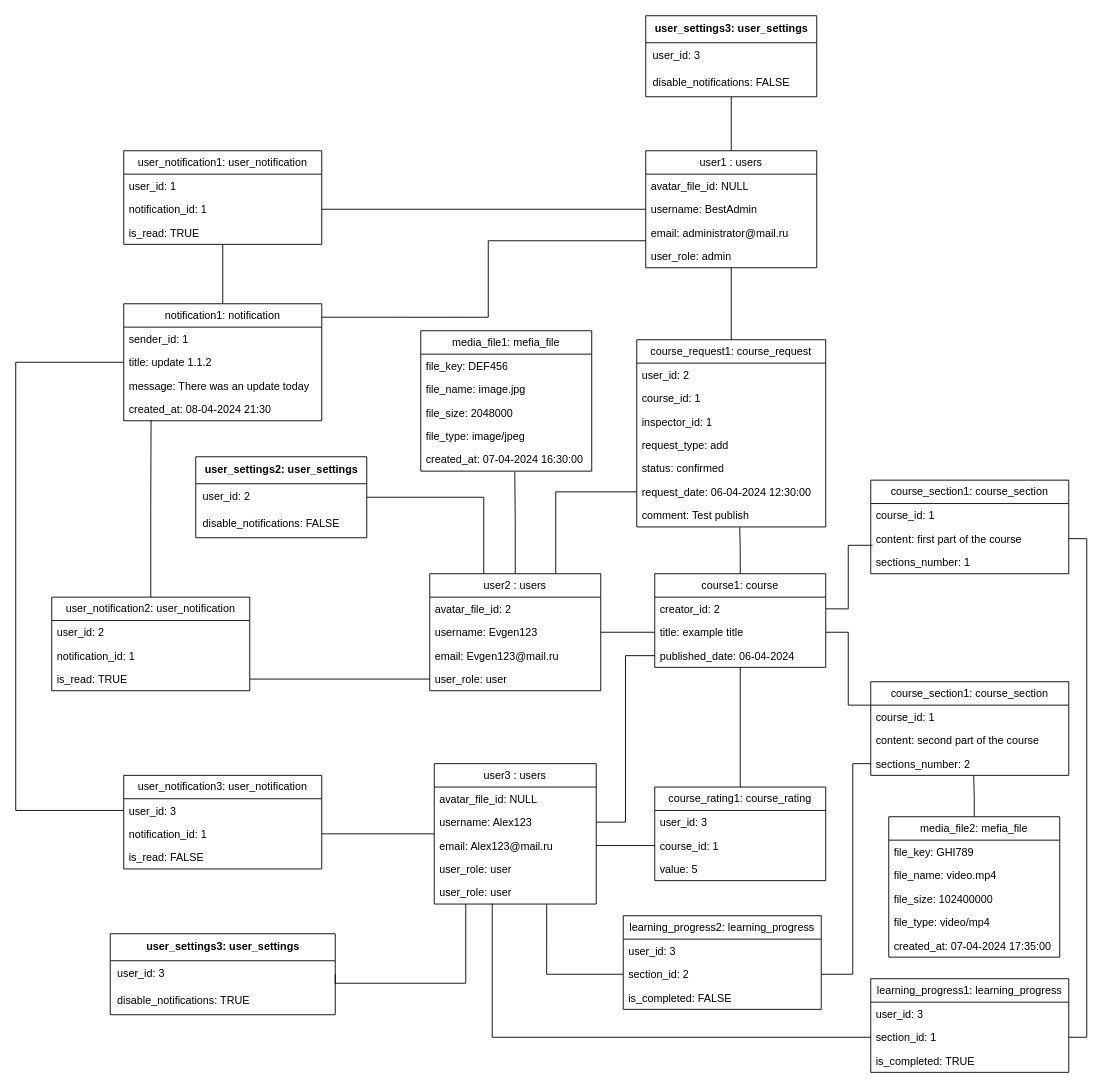
Earlier version of the draw.io diagram diagrams/Диаграмма объектов (Object diagram)/Диаграмма объектов.drawio (sahland/9.5-Team). Source tidied: cells renumbered, new cells numbered last; positions are measured from the earlier drawing's top-left corner, leaving out a move shared by most shapes. Both pictures are drawn from the tidied source at 90%, with x=0, y=0 at pixel (15, 15).
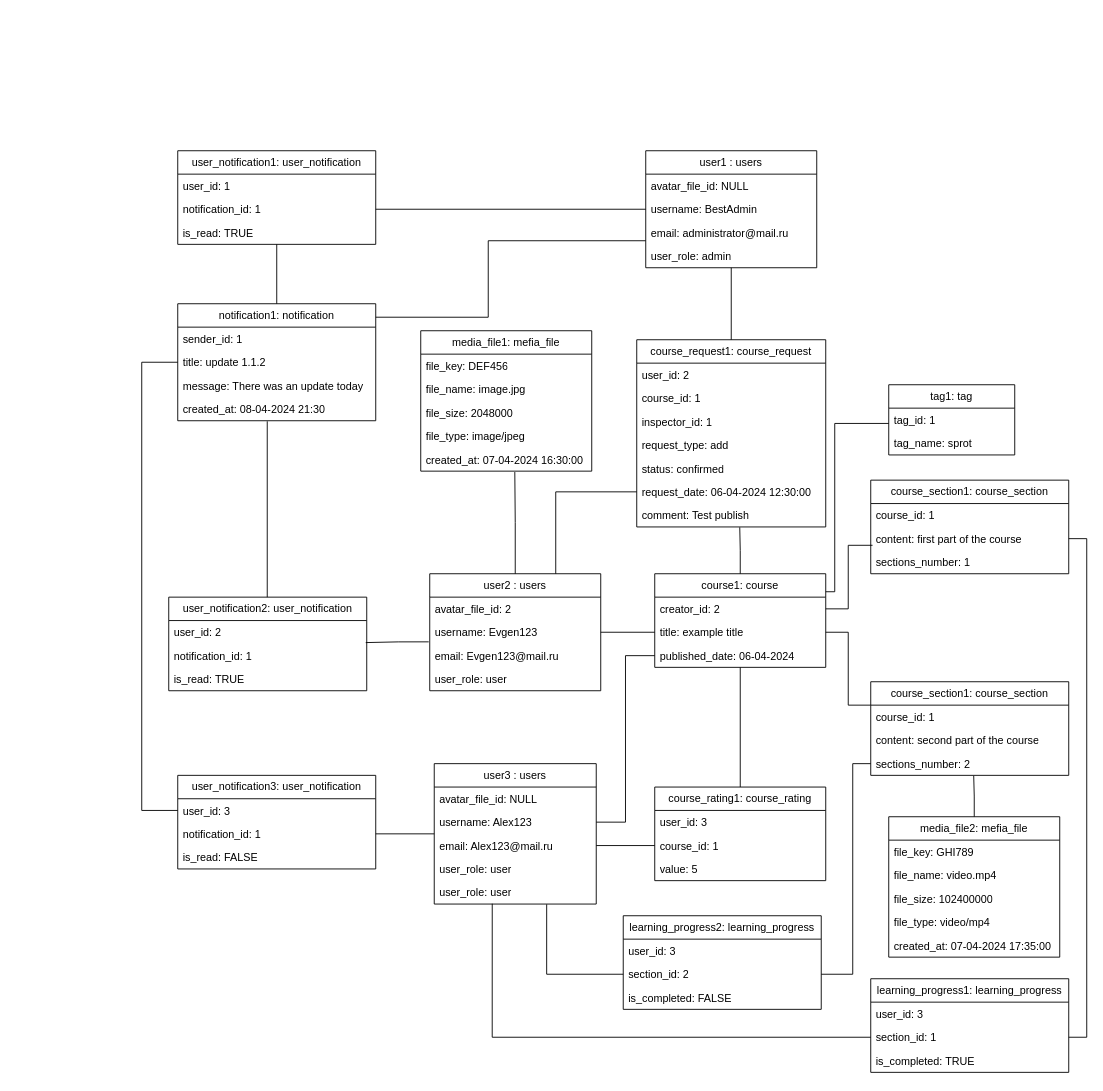
After the change.

The change refers to these unchanged cells:
```xml
<mxCell id="4" value="user2 : users" style="swimlane;fontStyle=0;horizontal=1;startSize=26;fillColor=none;whiteSpace=wrap;html=1;" parent="1" vertex="1">
  <mxGeometry x="460" y="620" width="190" height="130" as="geometry" />
</mxCell>
<mxCell id="7" value="email: Evgen123@mail.ru" style="text;strokeColor=none;fillColor=none;align=left;verticalAlign=top;spacingLeft=4;spacingRight=4;overflow=hidden;points=[[0,0.5],[1,0.5]];portConstraint=eastwest;whiteSpace=wrap;html=1;" parent="4" vertex="1">
  <mxGeometry y="78" width="190" height="26" as="geometry" />
</mxCell>
<mxCell id="8" value="user_role: user" style="text;strokeColor=none;fillColor=none;align=left;verticalAlign=top;spacingLeft=4;spacingRight=4;overflow=hidden;points=[[0,0.5],[1,0.5]];portConstraint=eastwest;whiteSpace=wrap;html=1;" parent="4" vertex="1">
  <mxGeometry y="104" width="190" height="26" as="geometry" />
</mxCell>
<mxCell id="16" value="course1: course" style="swimlane;fontStyle=0;horizontal=1;startSize=26;fillColor=none;whiteSpace=wrap;html=1;" parent="1" vertex="1">
  <mxGeometry x="710" y="620" width="190" height="104" as="geometry" />
</mxCell>
<mxCell id="24" value="user3 : users" style="swimlane;fontStyle=0;horizontal=1;startSize=26;fillColor=none;whiteSpace=wrap;html=1;" parent="1" vertex="1">
  <mxGeometry x="465" y="831" width="180" height="156" as="geometry" />
</mxCell>
<mxCell id="72" value="user1 : users" style="swimlane;fontStyle=0;horizontal=1;startSize=26;fillColor=none;whiteSpace=wrap;html=1;" parent="1" vertex="1">
  <mxGeometry x="700" y="150" width="190" height="130" as="geometry" />
</mxCell>
<mxCell id="82" value="title: update 1.1.2" style="text;strokeColor=none;fillColor=none;align=left;verticalAlign=top;spacingLeft=4;spacingRight=4;overflow=hidden;points=[[0,0.5],[1,0.5]];portConstraint=eastwest;whiteSpace=wrap;html=1;" parent="80" vertex="1">
  <mxGeometry y="52" width="220" height="26" as="geometry" />
</mxCell>
<mxCell id="84" value="created_at: 08-04-2024 21:30" style="text;strokeColor=none;fillColor=none;align=left;verticalAlign=top;spacingLeft=4;spacingRight=4;overflow=hidden;points=[[0,0.5],[1,0.5]];portConstraint=eastwest;whiteSpace=wrap;html=1;" parent="80" vertex="1">
  <mxGeometry y="104" width="220" height="26" as="geometry" />
</mxCell>
<mxCell id="91" value="notification_id: 1" style="text;strokeColor=none;fillColor=none;align=left;verticalAlign=top;spacingLeft=4;spacingRight=4;overflow=hidden;points=[[0,0.5],[1,0.5]];portConstraint=eastwest;whiteSpace=wrap;html=1;" parent="89" vertex="1">
  <mxGeometry y="52" width="220" height="26" as="geometry" />
</mxCell>
<mxCell id="92" value="is_read: TRUE" style="text;strokeColor=none;fillColor=none;align=left;verticalAlign=top;spacingLeft=4;spacingRight=4;overflow=hidden;points=[[0,0.5],[1,0.5]];portConstraint=eastwest;whiteSpace=wrap;html=1;" parent="89" vertex="1">
  <mxGeometry y="78" width="220" height="26" as="geometry" />
</mxCell>
<mxCell id="94" value="user_id: 3" style="text;strokeColor=none;fillColor=none;align=left;verticalAlign=top;spacingLeft=4;spacingRight=4;overflow=hidden;points=[[0,0.5],[1,0.5]];portConstraint=eastwest;whiteSpace=wrap;html=1;" parent="93" vertex="1">
  <mxGeometry y="26" width="220" height="26" as="geometry" />
</mxCell>
```

Change to the diagram source:
```diff
@@
-    <mxCell id="3" style="edgeStyle=orthogonalEdgeStyle;rounded=0;jettySize=auto;html=1;entryX=1;entryY=0.5;entryDx=0;entryDy=0;endArrow=none;endFill=0;" parent="1" edge="1" source="4" target="104">
-      <mxGeometry relative="1" as="geometry">
-        <Array as="points">
-          <mxPoint x="520" y="535" />
-        </Array>
-      </mxGeometry>
-    </mxCell>
@@
+    <mxCell id="119" style="edgeStyle=orthogonalEdgeStyle;rounded=0;jettySize=auto;html=1;entryX=0;entryY=0.654;entryDx=0;entryDy=0;endArrow=none;endFill=0;entryPerimeter=0;" parent="1" edge="1" source="16" target="121">
+      <mxGeometry relative="1" as="geometry">
+        <Array as="points">
+          <mxPoint x="910" y="640" />
+          <mxPoint x="910" y="453" />
+        </Array>
+      </mxGeometry>
+    </mxCell>
@@
-    <mxCell id="23" style="edgeStyle=orthogonalEdgeStyle;rounded=0;jettySize=auto;html=1;entryX=1;entryY=0.5;entryDx=0;entryDy=0;endArrow=none;endFill=0;" parent="1" edge="1" source="24" target="109">
-      <mxGeometry relative="1" as="geometry">
-        <Array as="points">
-          <mxPoint x="500" y="1075" />
-        </Array>
-      </mxGeometry>
-    </mxCell>
@@
     <mxCell id="80" value="notification1: notification" style="swimlane;fontStyle=0;horizontal=1;startSize=26;fillColor=none;whiteSpace=wrap;html=1;" parent="1" vertex="1">
-      <mxGeometry x="120" y="320" width="220" height="130" as="geometry" />
+      <mxGeometry x="180" y="320" width="220" height="130" as="geometry" />
     </mxCell>
@@
     <mxCell id="85" value="user_notification1: user_notification" style="swimlane;fontStyle=0;horizontal=1;startSize=26;fillColor=none;whiteSpace=wrap;html=1;" parent="1" vertex="1">
-      <mxGeometry x="120" y="150" width="220" height="104" as="geometry" />
+      <mxGeometry x="180" y="150" width="220" height="104" as="geometry" />
     </mxCell>
@@
     <mxCell id="89" value="user_notification2: user_notification" style="swimlane;fontStyle=0;horizontal=1;startSize=26;fillColor=none;whiteSpace=wrap;html=1;" parent="1" vertex="1">
-      <mxGeometry x="40" y="646" width="220" height="104" as="geometry" />
+      <mxGeometry x="170" y="646" width="220" height="104" as="geometry" />
     </mxCell>
@@
     <mxCell id="93" value="user_notification3: user_notification" style="swimlane;fontStyle=0;horizontal=1;startSize=26;fillColor=none;whiteSpace=wrap;html=1;" parent="1" vertex="1">
-      <mxGeometry x="120" y="844" width="220" height="104" as="geometry" />
+      <mxGeometry x="180" y="844" width="220" height="104" as="geometry" />
     </mxCell>
@@
     <mxCell id="99" style="edgeStyle=orthogonalEdgeStyle;rounded=0;jettySize=auto;html=1;entryX=0;entryY=0.5;entryDx=0;entryDy=0;endArrow=none;endFill=0;" parent="1" edge="1" source="94" target="82">
       <mxGeometry relative="1" as="geometry">
         <Array as="points">
-          <mxPoint y="883" />
-          <mxPoint y="385" />
+          <mxPoint x="140" y="883" />
+          <mxPoint x="140" y="385" />
         </Array>
       </mxGeometry>
     </mxCell>
-    <mxCell id="100" style="edgeStyle=orthogonalEdgeStyle;rounded=0;jettySize=auto;html=1;entryX=0.138;entryY=0.98;entryDx=0;entryDy=0;entryPerimeter=0;endArrow=none;endFill=0;" parent="1" edge="1" source="89" target="84">
-      <mxGeometry relative="1" as="geometry" />
+    <mxCell id="100" style="edgeStyle=orthogonalEdgeStyle;rounded=0;jettySize=auto;html=1;entryX=0.452;entryY=1.023;entryDx=0;entryDy=0;entryPerimeter=0;endArrow=none;endFill=0;" parent="1" edge="1" source="89" target="84">
+      <mxGeometry relative="1" as="geometry">
+        <Array as="points">
+          <mxPoint x="280" y="451" />
+        </Array>
+      </mxGeometry>
     </mxCell>
@@
-    <mxCell id="102" style="edgeStyle=orthogonalEdgeStyle;rounded=0;jettySize=auto;html=1;entryX=1;entryY=0.5;entryDx=0;entryDy=0;endArrow=none;endFill=0;" parent="1" edge="1" source="8" target="92">
+    <mxCell id="102" style="edgeStyle=orthogonalEdgeStyle;rounded=0;jettySize=auto;html=1;entryX=0.995;entryY=-0.058;entryDx=0;entryDy=0;endArrow=none;endFill=0;exitX=-0.006;exitY=-0.09;exitDx=0;exitDy=0;exitPerimeter=0;entryPerimeter=0;" parent="1" edge="1" source="7" target="91">
       <mxGeometry relative="1" as="geometry" />
     </mxCell>
-    <mxCell id="103" value="user_settings2: user_settings" style="shape=table;startSize=30;childLayout=tableLayout;rowLines=0;fontStyle=1;align=center;html=1;" parent="1" vertex="1">
-      <mxGeometry x="200" y="490" width="190" height="90" as="geometry" />
-    </mxCell>
-    <mxCell id="104" style="shape=tableRow;horizontal=0;startSize=0;swimlaneHead=0;swimlaneBody=0;fillColor=none;points=[[0,0.5],[1,0.5]];portConstraint=eastwest;top=0;left=0;right=0;bottom=0;" parent="103" vertex="1">
-      <mxGeometry y="30" width="190" height="30" as="geometry" />
-    </mxCell>
-    <mxCell id="105" value="user_id: 2" style="shape=partialRectangle;fillColor=none;top=0;left=0;bottom=0;right=0;align=left;spacingLeft=6;overflow=hidden;whiteSpace=wrap;html=1;" parent="104" vertex="1">
-      <mxGeometry width="190" height="30" as="geometry" />
-    </mxCell>
-    <mxCell id="106" style="shape=tableRow;horizontal=0;startSize=0;swimlaneHead=0;swimlaneBody=0;fillColor=none;top=0;left=0;right=0;bottom=0;" parent="103" vertex="1">
-      <mxGeometry y="60" width="190" height="30" as="geometry" />
-    </mxCell>
-    <mxCell id="107" value="disable_notifications: FALSE" style="shape=partialRectangle;fillColor=none;top=0;left=0;bottom=0;right=0;align=left;spacingLeft=6;overflow=hidden;whiteSpace=wrap;html=1;" parent="106" vertex="1">
-      <mxGeometry width="190" height="30" as="geometry" />
-    </mxCell>
-    <mxCell id="108" value="user_settings3: user_settings" style="shape=table;startSize=30;childLayout=tableLayout;rowLines=0;fontStyle=1;align=center;html=1;" parent="1" vertex="1">
-      <mxGeometry x="105" y="1020" width="250" height="90" as="geometry" />
-    </mxCell>
-    <mxCell id="109" style="shape=tableRow;horizontal=0;startSize=0;swimlaneHead=0;swimlaneBody=0;fillColor=none;points=[[0,0.5],[1,0.5]];portConstraint=eastwest;top=0;left=0;right=0;bottom=0;" parent="108" vertex="1">
-      <mxGeometry y="30" width="250" height="30" as="geometry" />
-    </mxCell>
-    <mxCell id="110" value="user_id: 3" style="shape=partialRectangle;fillColor=none;top=0;left=0;bottom=0;right=0;align=left;spacingLeft=6;overflow=hidden;whiteSpace=wrap;html=1;" parent="109" vertex="1">
-      <mxGeometry width="250" height="30" as="geometry" />
-    </mxCell>
-    <mxCell id="111" style="shape=tableRow;horizontal=0;startSize=0;swimlaneHead=0;swimlaneBody=0;fillColor=none;top=0;left=0;right=0;bottom=0;" parent="108" vertex="1">
-      <mxGeometry y="60" width="250" height="30" as="geometry" />
-    </mxCell>
-    <mxCell id="112" value="disable_notifications: TRUE" style="shape=partialRectangle;fillColor=none;top=0;left=0;bottom=0;right=0;align=left;spacingLeft=6;overflow=hidden;whiteSpace=wrap;html=1;" parent="111" vertex="1">
-      <mxGeometry width="250" height="30" as="geometry" />
-    </mxCell>
-    <mxCell id="113" style="edgeStyle=orthogonalEdgeStyle;rounded=0;jettySize=auto;html=1;entryX=0.5;entryY=0;entryDx=0;entryDy=0;endArrow=none;endFill=0;" parent="1" edge="1" source="114" target="72">
-      <mxGeometry relative="1" as="geometry" />
-    </mxCell>
-    <mxCell id="114" value="user_settings3: user_settings" style="shape=table;startSize=30;childLayout=tableLayout;rowLines=0;fontStyle=1;align=center;html=1;" parent="1" vertex="1">
-      <mxGeometry x="700" width="190" height="90" as="geometry" />
-    </mxCell>
-    <mxCell id="115" style="shape=tableRow;horizontal=0;startSize=0;swimlaneHead=0;swimlaneBody=0;fillColor=none;top=0;left=0;right=0;bottom=0;" parent="114" vertex="1">
-      <mxGeometry y="30" width="190" height="30" as="geometry" />
-    </mxCell>
-    <mxCell id="116" value="user_id: 3" style="shape=partialRectangle;fillColor=none;top=0;left=0;bottom=0;right=0;align=left;spacingLeft=6;overflow=hidden;whiteSpace=wrap;html=1;" parent="115" vertex="1">
-      <mxGeometry width="190" height="30" as="geometry" />
-    </mxCell>
-    <mxCell id="117" style="shape=tableRow;horizontal=0;startSize=0;swimlaneHead=0;swimlaneBody=0;fillColor=none;top=0;left=0;right=0;bottom=0;" parent="114" vertex="1">
-      <mxGeometry y="60" width="190" height="30" as="geometry" />
-    </mxCell>
-    <mxCell id="118" value="disable_notifications: FALSE" style="shape=partialRectangle;fillColor=none;top=0;left=0;bottom=0;right=0;align=left;spacingLeft=6;overflow=hidden;whiteSpace=wrap;html=1;" parent="117" vertex="1">
-      <mxGeometry width="190" height="30" as="geometry" />
-    </mxCell>
+    <mxCell id="120" value="tag1: tag" style="swimlane;fontStyle=0;horizontal=1;startSize=26;fillColor=none;whiteSpace=wrap;html=1;" parent="1" vertex="1">
+      <mxGeometry x="970" y="410" width="140" height="78" as="geometry" />
+    </mxCell>
+    <mxCell id="121" value="tag_id: 1" style="text;strokeColor=none;fillColor=none;align=left;verticalAlign=top;spacingLeft=4;spacingRight=4;overflow=hidden;points=[[0,0.5],[1,0.5]];portConstraint=eastwest;whiteSpace=wrap;html=1;" parent="120" vertex="1">
+      <mxGeometry y="26" width="140" height="26" as="geometry" />
+    </mxCell>
+    <mxCell id="122" value="tag_name: sprot" style="text;strokeColor=none;fillColor=none;align=left;verticalAlign=top;spacingLeft=4;spacingRight=4;overflow=hidden;whiteSpace=wrap;html=1;" parent="120" vertex="1">
+      <mxGeometry y="52" width="140" height="26" as="geometry" />
+    </mxCell>
```
